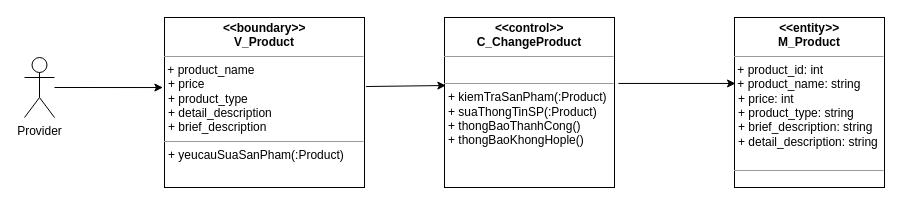
This is Lop_tham_gia_Usecase/Duy's ClassUC/SuaSanPhamClass.drawio from hoangminh15/PTTKHT, a draw.io file, before an edit. Source tidied: cells renumbered, new cells numbered last; positions are measured from the earlier drawing's top-left corner, leaving out a move shared by most shapes. Both pictures are drawn from the tidied source at 100%, with x=0, y=0 at pixel (24, 17).
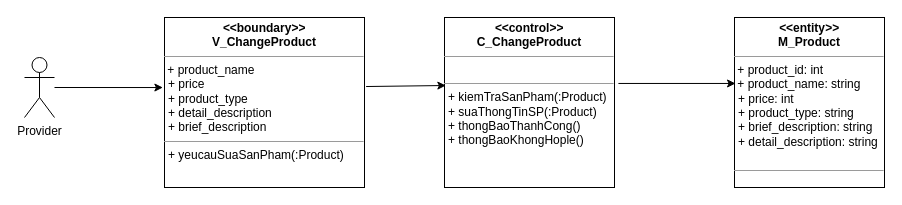
After the change.

Change to the diagram source:
```diff
@@
 <mxGraphModel>
   <root>
     <mxCell id="0" />
     <mxCell id="1" parent="0" />
     <mxCell id="2" value="Provider" style="shape=umlActor;verticalLabelPosition=bottom;verticalAlign=top;html=1;" parent="1" vertex="1">
       <mxGeometry y="40" width="30" height="60" as="geometry" />
     </mxCell>
-    <mxCell id="3" value="&lt;p style=&quot;margin: 0px ; margin-top: 4px ; text-align: center&quot;&gt;&lt;b&gt;&lt;i&gt;&amp;lt;&lt;/i&gt;&amp;lt;boundary&lt;i&gt;&amp;gt;&amp;gt;&lt;/i&gt;&lt;br&gt;V_Product&lt;/b&gt;&lt;/p&gt;&lt;hr size=&quot;1&quot;&gt;&amp;nbsp;+ product_name&lt;br&gt;&lt;p style=&quot;margin: 0px ; margin-left: 4px&quot;&gt;+ price&lt;br&gt;&lt;/p&gt;&lt;p style=&quot;margin: 0px ; margin-left: 4px&quot;&gt;+ product_type&lt;br&gt;&lt;/p&gt;&lt;p style=&quot;margin: 0px ; margin-left: 4px&quot;&gt;+ detail_description&lt;br&gt;&lt;/p&gt;&lt;p style=&quot;margin: 0px ; margin-left: 4px&quot;&gt;+ brief_description&lt;br&gt;&lt;/p&gt;&lt;hr size=&quot;1&quot;&gt;&lt;p style=&quot;margin: 0px ; margin-left: 4px&quot;&gt;+ yeucauSuaSanPham(:Product)&lt;br&gt;&lt;/p&gt;" style="verticalAlign=top;align=left;overflow=fill;fontSize=12;fontFamily=Helvetica;html=1;" parent="1" vertex="1">
+    <mxCell id="3" value="&lt;p style=&quot;margin: 0px ; margin-top: 4px ; text-align: center&quot;&gt;&lt;b&gt;&lt;i&gt;&amp;lt;&lt;/i&gt;&amp;lt;boundary&lt;i&gt;&amp;gt;&amp;gt;&lt;/i&gt;&lt;br&gt;V_ChangeProduct&lt;/b&gt;&lt;/p&gt;&lt;hr size=&quot;1&quot;&gt;&amp;nbsp;+ product_name&lt;br&gt;&lt;p style=&quot;margin: 0px ; margin-left: 4px&quot;&gt;+ price&lt;br&gt;&lt;/p&gt;&lt;p style=&quot;margin: 0px ; margin-left: 4px&quot;&gt;+ product_type&lt;br&gt;&lt;/p&gt;&lt;p style=&quot;margin: 0px ; margin-left: 4px&quot;&gt;+ detail_description&lt;br&gt;&lt;/p&gt;&lt;p style=&quot;margin: 0px ; margin-left: 4px&quot;&gt;+ brief_description&lt;br&gt;&lt;/p&gt;&lt;hr size=&quot;1&quot;&gt;&lt;p style=&quot;margin: 0px ; margin-left: 4px&quot;&gt;+ yeucauSuaSanPham(:Product)&lt;br&gt;&lt;/p&gt;" style="verticalAlign=top;align=left;overflow=fill;fontSize=12;fontFamily=Helvetica;html=1;" parent="1" vertex="1">
       <mxGeometry x="140" width="200" height="170" as="geometry" />
     </mxCell>
     <mxCell id="4" value="&lt;p style=&quot;margin: 0px ; margin-top: 4px ; text-align: center&quot;&gt;&lt;b&gt;&lt;i&gt;&amp;lt;&lt;/i&gt;&amp;lt;control&lt;i&gt;&amp;gt;&amp;gt;&lt;/i&gt;&lt;br&gt;C_ChangeProduct&lt;/b&gt;&lt;/p&gt;&lt;hr size=&quot;1&quot;&gt;&lt;br&gt;&lt;hr size=&quot;1&quot;&gt;&lt;p style=&quot;margin: 0px ; margin-left: 4px&quot;&gt;+ kiemTraSanPham(:Product)&lt;br&gt;&lt;/p&gt;&lt;p style=&quot;margin: 0px ; margin-left: 4px&quot;&gt;+ suaThongTinSP(:Product)&lt;/p&gt;&lt;p style=&quot;margin: 0px ; margin-left: 4px&quot;&gt;+ thongBaoThanhCong()&lt;/p&gt;&lt;p style=&quot;margin: 0px ; margin-left: 4px&quot;&gt;+ thongBaoKhongHople()&lt;/p&gt;" style="verticalAlign=top;align=left;overflow=fill;fontSize=12;fontFamily=Helvetica;html=1;" parent="1" vertex="1">
       <mxGeometry x="420" width="170" height="170" as="geometry" />
     </mxCell>
     <mxCell id="5" style="endArrow=classic;html=1;exitX=1.008;exitY=0.406;exitDx=0;exitDy=0;exitPerimeter=0;entryX=0.008;entryY=0.4;entryDx=0;entryDy=0;entryPerimeter=0;" parent="1" edge="1" source="3" target="4">
       <mxGeometry relative="1" as="geometry" />
     </mxCell>
     <mxCell id="6" style="endArrow=classic;html=1;entryX=-0.008;entryY=0.412;entryDx=0;entryDy=0;entryPerimeter=0;" parent="1" edge="1" source="2" target="3">
       <mxGeometry relative="1" as="geometry" />
     </mxCell>
     <mxCell id="7" value="&lt;p style=&quot;margin: 0px ; margin-top: 4px ; text-align: center&quot;&gt;&lt;b&gt;&lt;i&gt;&amp;lt;&lt;/i&gt;&amp;lt;entity&lt;i&gt;&amp;gt;&amp;gt;&lt;/i&gt;&lt;br&gt;M_Product&lt;/b&gt;&lt;/p&gt;&lt;hr size=&quot;1&quot;&gt;&lt;div&gt;&amp;nbsp;+ product_id: int&lt;br&gt;&lt;/div&gt;&lt;div&gt;&amp;nbsp;+ product_name: string&lt;br&gt;&lt;/div&gt;&lt;p style=&quot;margin: 0px ; margin-left: 4px&quot;&gt;+ price: int&lt;br&gt;&lt;/p&gt;&lt;p style=&quot;margin: 0px ; margin-left: 4px&quot;&gt;+ product_type: string&lt;br&gt;&lt;/p&gt;&lt;p style=&quot;margin: 0px ; margin-left: 4px&quot;&gt;+ brief_description: string&lt;br&gt;&lt;/p&gt;&lt;p style=&quot;margin: 0px ; margin-left: 4px&quot;&gt;+ detail_description: string&lt;br&gt;&lt;/p&gt;&amp;nbsp;&lt;br&gt;&lt;hr size=&quot;1&quot;&gt;&lt;p style=&quot;margin: 0px ; margin-left: 4px&quot;&gt;&lt;br&gt;&lt;br&gt;&lt;/p&gt;" style="verticalAlign=top;align=left;overflow=fill;fontSize=12;fontFamily=Helvetica;html=1;" parent="1" vertex="1">
       <mxGeometry x="710" width="150" height="170" as="geometry" />
     </mxCell>
     <mxCell id="8" style="endArrow=classic;html=1;exitX=1.023;exitY=0.388;exitDx=0;exitDy=0;exitPerimeter=0;entryX=0.007;entryY=0.388;entryDx=0;entryDy=0;entryPerimeter=0;" parent="1" edge="1" source="4" target="7">
       <mxGeometry relative="1" as="geometry" />
     </mxCell>
   </root>
 </mxGraphModel>
```
